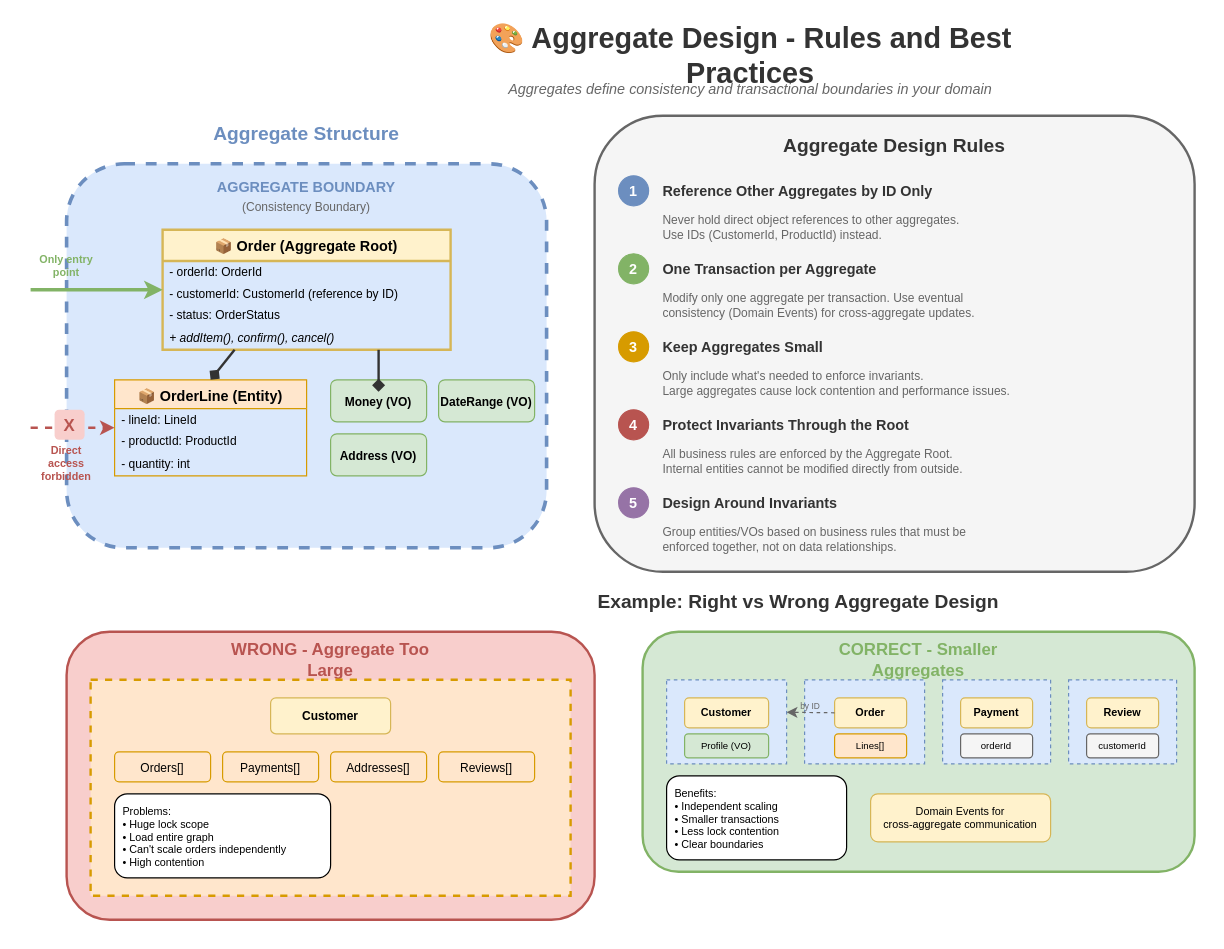
Above: lesson-01-software-design-architecture/01-design-patterns/1.5.3-ddd-aggregate-design.drawio in MrParkerZ7/document-lesson-software-architect-x-claude (draw.io), before the change. Source tidied: cells renumbered, new cells numbered last; positions are measured from the earlier drawing's top-left corner, leaving out a move shared by most shapes. Both pictures are drawn from the tidied source at 120%, with x=0, y=0 at pixel (30, 31).
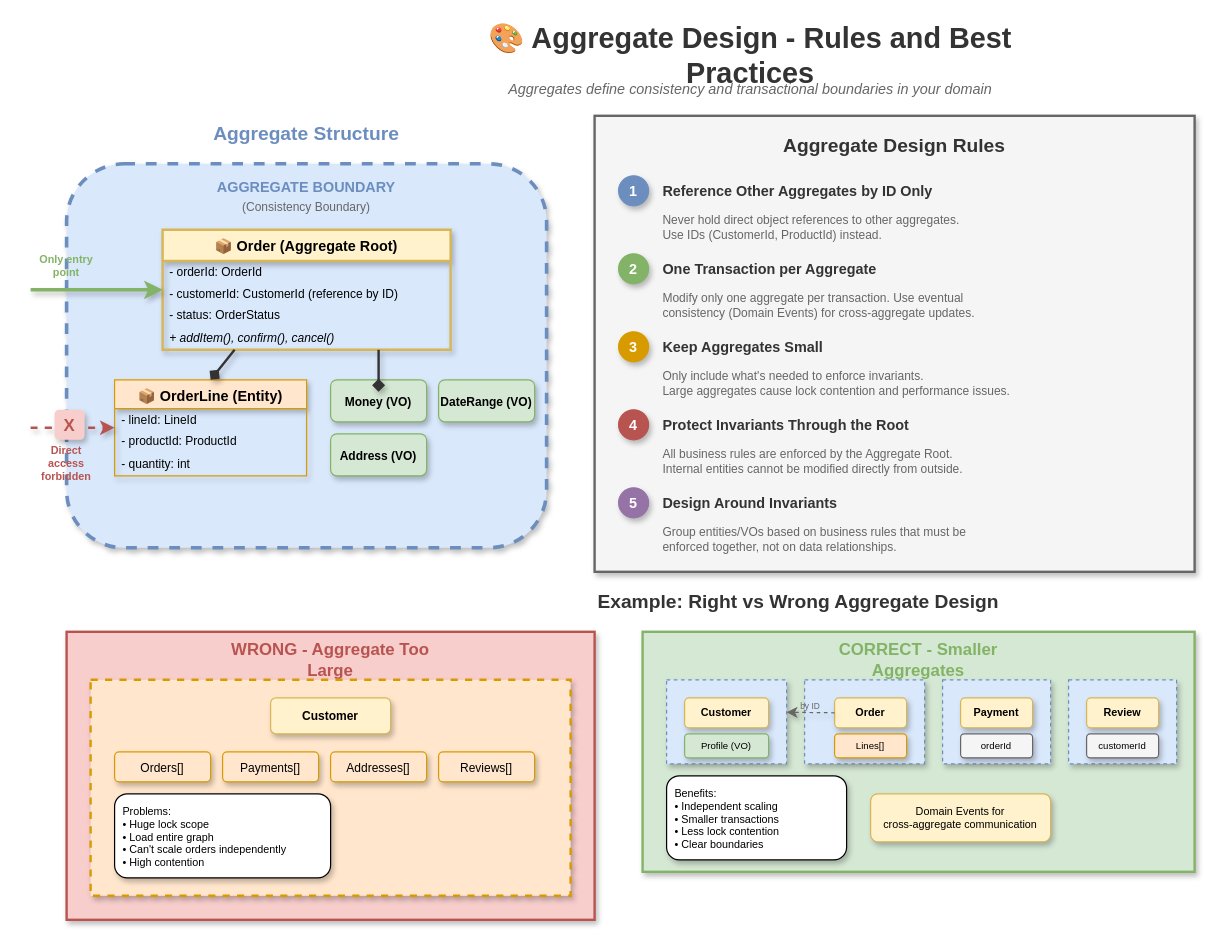
After the change.

Change to the diagram source:
```diff
@@
-    <mxCell id="5" style="rounded=1;whiteSpace=wrap;html=1;fillColor=#dae8fc;strokeColor=#6c8ebf;strokeWidth=3;dashed=1;" parent="1" vertex="1">
+    <mxCell id="5" style="rounded=1;whiteSpace=wrap;html=1;fillColor=#dae8fc;strokeColor=#6c8ebf;strokeWidth=3;dashed=1;shadow=1;" parent="1" vertex="1">
       <mxGeometry x="30" y="110" width="400" height="320" as="geometry" />
     </mxCell>
@@
-    <mxCell id="8" value="📦 Order (Aggregate Root)" style="swimlane;fontStyle=1;align=center;verticalAlign=top;horizontal=1;startSize=26;fillColor=#fff2cc;strokeColor=#d6b656;strokeWidth=2;" parent="1" vertex="1">
+    <mxCell id="8" value="📦 Order (Aggregate Root)" style="swimlane;fontStyle=1;align=center;verticalAlign=top;horizontal=1;startSize=26;fillColor=#fff2cc;strokeColor=#d6b656;strokeWidth=2;shadow=1;rounded=0;" parent="1" vertex="1">
       <mxGeometry x="110" y="165" width="240" height="100" as="geometry" />
     </mxCell>
@@
-    <mxCell id="13" value="📦 OrderLine (Entity)" style="swimlane;fontStyle=1;align=center;verticalAlign=top;horizontal=1;startSize=24;fillColor=#ffe6cc;strokeColor=#d79b00;" parent="1" vertex="1">
+    <mxCell id="13" value="📦 OrderLine (Entity)" style="swimlane;fontStyle=1;align=center;verticalAlign=top;horizontal=1;startSize=24;fillColor=#ffe6cc;strokeColor=#d79b00;shadow=1;rounded=0;" parent="1" vertex="1">
       <mxGeometry x="70" y="290" width="160" height="80" as="geometry" />
     </mxCell>
@@
-    <mxCell id="17" value="Money (VO)" style="rounded=1;whiteSpace=wrap;html=1;fillColor=#d5e8d4;strokeColor=#82b366;fontSize=10;fontStyle=1;" parent="1" vertex="1">
+    <mxCell id="17" value="Money (VO)" style="rounded=1;whiteSpace=wrap;html=1;fillColor=#d5e8d4;strokeColor=#82b366;fontSize=10;fontStyle=1;shadow=1;" parent="1" vertex="1">
       <mxGeometry x="250" y="290" width="80" height="35" as="geometry" />
     </mxCell>
-    <mxCell id="18" value="Address (VO)" style="rounded=1;whiteSpace=wrap;html=1;fillColor=#d5e8d4;strokeColor=#82b366;fontSize=10;fontStyle=1;" parent="1" vertex="1">
+    <mxCell id="18" value="Address (VO)" style="rounded=1;whiteSpace=wrap;html=1;fillColor=#d5e8d4;strokeColor=#82b366;fontSize=10;fontStyle=1;shadow=1;" parent="1" vertex="1">
       <mxGeometry x="250" y="335" width="80" height="35" as="geometry" />
     </mxCell>
-    <mxCell id="19" value="DateRange (VO)" style="rounded=1;whiteSpace=wrap;html=1;fillColor=#d5e8d4;strokeColor=#82b366;fontSize=10;fontStyle=1;" parent="1" vertex="1">
+    <mxCell id="19" value="DateRange (VO)" style="rounded=1;whiteSpace=wrap;html=1;fillColor=#d5e8d4;strokeColor=#82b366;fontSize=10;fontStyle=1;shadow=1;" parent="1" vertex="1">
       <mxGeometry x="340" y="290" width="80" height="35" as="geometry" />
     </mxCell>
-    <mxCell id="20" style="endArrow=diamond;endFill=1;html=1;strokeWidth=2;strokeColor=#333333;exitX=0.25;exitY=1;exitDx=0;exitDy=0;entryX=0.5;entryY=0;entryDx=0;entryDy=0;" parent="1" edge="1" source="8" target="13">
+    <mxCell id="20" style="endArrow=diamond;endFill=1;html=1;strokeWidth=2;strokeColor=#333333;exitX=0.25;exitY=1;exitDx=0;exitDy=0;entryX=0.5;entryY=0;entryDx=0;entryDy=0;shadow=1;curved=1;flowAnimation=1;jumpStyle=arc;" parent="1" edge="1" source="8" target="13">
       <mxGeometry relative="1" as="geometry" />
     </mxCell>
-    <mxCell id="21" style="endArrow=diamond;endFill=1;html=1;strokeWidth=2;strokeColor=#333333;exitX=0.75;exitY=1;exitDx=0;exitDy=0;" parent="1" edge="1" source="8">
+    <mxCell id="21" style="endArrow=diamond;endFill=1;html=1;strokeWidth=2;strokeColor=#333333;exitX=0.75;exitY=1;exitDx=0;exitDy=0;shadow=1;curved=1;flowAnimation=1;jumpStyle=arc;" parent="1" edge="1" source="8">
       <mxGeometry relative="1" as="geometry">
         <mxPoint x="290" y="300" as="targetPoint" />
       </mxGeometry>
     </mxCell>
-    <mxCell id="22" style="endArrow=classic;html=1;strokeWidth=3;strokeColor=#82b366;entryX=0;entryY=0.5;entryDx=0;entryDy=0;" parent="1" edge="1" target="8">
+    <mxCell id="22" style="endArrow=classic;html=1;strokeWidth=3;strokeColor=#82b366;entryX=0;entryY=0.5;entryDx=0;entryDy=0;shadow=1;curved=1;flowAnimation=1;jumpStyle=arc;" parent="1" edge="1" target="8">
       <mxGeometry relative="1" as="geometry">
         <mxPoint y="215" as="sourcePoint" />
       </mxGeometry>
     </mxCell>
@@
-    <mxCell id="24" style="endArrow=classic;html=1;strokeWidth=2;strokeColor=#b85450;dashed=1;entryX=0;entryY=0.5;entryDx=0;entryDy=0;" parent="1" edge="1" target="13">
+    <mxCell id="24" style="endArrow=classic;html=1;strokeWidth=2;strokeColor=#b85450;dashed=1;entryX=0;entryY=0.5;entryDx=0;entryDy=0;shadow=1;curved=1;flowAnimation=1;jumpStyle=arc;" parent="1" edge="1" target="13">
       <mxGeometry relative="1" as="geometry">
         <mxPoint y="330" as="sourcePoint" />
       </mxGeometry>
     </mxCell>
-    <mxCell id="25" value="X" style="text;html=1;strokeColor=none;fillColor=#f8cecc;align=center;verticalAlign=middle;whiteSpace=wrap;rounded=1;fontSize=14;fontStyle=1;fontColor=#b85450;" parent="1" vertex="1">
+    <mxCell id="25" value="X" style="text;html=1;strokeColor=none;fillColor=#f8cecc;align=center;verticalAlign=middle;whiteSpace=wrap;rounded=1;fontSize=14;fontStyle=1;fontColor=#b85450;shadow=1;" parent="1" vertex="1">
       <mxGeometry x="20" y="315" width="25" height="25" as="geometry" />
     </mxCell>
@@
-    <mxCell id="27" style="rounded=1;whiteSpace=wrap;html=1;fillColor=#f5f5f5;strokeColor=#666666;strokeWidth=2;" parent="1" vertex="1">
+    <mxCell id="27" style="rounded=0;whiteSpace=wrap;html=1;fillColor=#f5f5f5;strokeColor=#666666;strokeWidth=2;shadow=1;" parent="1" vertex="1">
       <mxGeometry x="470" y="70" width="500" height="380" as="geometry" />
     </mxCell>
@@
-    <mxCell id="29" value="1" style="ellipse;whiteSpace=wrap;html=1;fillColor=#6c8ebf;strokeColor=#6c8ebf;fontColor=#ffffff;fontStyle=1;fontSize=12;" parent="1" vertex="1">
+    <mxCell id="29" value="1" style="ellipse;whiteSpace=wrap;html=1;fillColor=#6c8ebf;strokeColor=#6c8ebf;fontColor=#ffffff;fontStyle=1;fontSize=12;shadow=1;" parent="1" vertex="1">
       <mxGeometry x="490" y="120" width="25" height="25" as="geometry" />
     </mxCell>
@@
-    <mxCell id="32" value="2" style="ellipse;whiteSpace=wrap;html=1;fillColor=#82b366;strokeColor=#82b366;fontColor=#ffffff;fontStyle=1;fontSize=12;" parent="1" vertex="1">
+    <mxCell id="32" value="2" style="ellipse;whiteSpace=wrap;html=1;fillColor=#82b366;strokeColor=#82b366;fontColor=#ffffff;fontStyle=1;fontSize=12;shadow=1;" parent="1" vertex="1">
       <mxGeometry x="490" y="185" width="25" height="25" as="geometry" />
     </mxCell>
@@
-    <mxCell id="35" value="3" style="ellipse;whiteSpace=wrap;html=1;fillColor=#d79b00;strokeColor=#d79b00;fontColor=#ffffff;fontStyle=1;fontSize=12;" parent="1" vertex="1">
+    <mxCell id="35" value="3" style="ellipse;whiteSpace=wrap;html=1;fillColor=#d79b00;strokeColor=#d79b00;fontColor=#ffffff;fontStyle=1;fontSize=12;shadow=1;" parent="1" vertex="1">
       <mxGeometry x="490" y="250" width="25" height="25" as="geometry" />
     </mxCell>
@@
-    <mxCell id="38" value="4" style="ellipse;whiteSpace=wrap;html=1;fillColor=#b85450;strokeColor=#b85450;fontColor=#ffffff;fontStyle=1;fontSize=12;" parent="1" vertex="1">
+    <mxCell id="38" value="4" style="ellipse;whiteSpace=wrap;html=1;fillColor=#b85450;strokeColor=#b85450;fontColor=#ffffff;fontStyle=1;fontSize=12;shadow=1;" parent="1" vertex="1">
       <mxGeometry x="490" y="315" width="25" height="25" as="geometry" />
     </mxCell>
@@
-    <mxCell id="41" value="5" style="ellipse;whiteSpace=wrap;html=1;fillColor=#9673a6;strokeColor=#9673a6;fontColor=#ffffff;fontStyle=1;fontSize=12;" parent="1" vertex="1">
+    <mxCell id="41" value="5" style="ellipse;whiteSpace=wrap;html=1;fillColor=#9673a6;strokeColor=#9673a6;fontColor=#ffffff;fontStyle=1;fontSize=12;shadow=1;" parent="1" vertex="1">
       <mxGeometry x="490" y="380" width="25" height="25" as="geometry" />
     </mxCell>
@@
-    <mxCell id="45" style="rounded=1;whiteSpace=wrap;html=1;fillColor=#f8cecc;strokeColor=#b85450;strokeWidth=2;" parent="1" vertex="1">
+    <mxCell id="45" style="rounded=0;whiteSpace=wrap;html=1;fillColor=#f8cecc;strokeColor=#b85450;strokeWidth=2;shadow=1;" parent="1" vertex="1">
       <mxGeometry x="30" y="500" width="440" height="240" as="geometry" />
     </mxCell>
@@
-    <mxCell id="47" style="rounded=0;whiteSpace=wrap;html=1;fillColor=#ffe6cc;strokeColor=#d79b00;strokeWidth=2;dashed=1;" parent="1" vertex="1">
+    <mxCell id="47" style="rounded=0;whiteSpace=wrap;html=1;fillColor=#ffe6cc;strokeColor=#d79b00;strokeWidth=2;dashed=1;shadow=1;" parent="1" vertex="1">
       <mxGeometry x="50" y="540" width="400" height="180" as="geometry" />
     </mxCell>
-    <mxCell id="48" value="Customer" style="rounded=1;whiteSpace=wrap;html=1;fillColor=#fff2cc;strokeColor=#d6b656;fontSize=10;fontStyle=1;" parent="1" vertex="1">
+    <mxCell id="48" value="Customer" style="rounded=1;whiteSpace=wrap;html=1;fillColor=#fff2cc;strokeColor=#d6b656;fontSize=10;fontStyle=1;shadow=1;" parent="1" vertex="1">
       <mxGeometry x="200" y="555" width="100" height="30" as="geometry" />
     </mxCell>
-    <mxCell id="49" value="Orders[]" style="rounded=1;whiteSpace=wrap;html=1;fillColor=#ffe6cc;strokeColor=#d79b00;fontSize=10;" parent="1" vertex="1">
+    <mxCell id="49" value="Orders[]" style="rounded=1;whiteSpace=wrap;html=1;fillColor=#ffe6cc;strokeColor=#d79b00;fontSize=10;shadow=1;" parent="1" vertex="1">
       <mxGeometry x="70" y="600" width="80" height="25" as="geometry" />
     </mxCell>
-    <mxCell id="50" value="Payments[]" style="rounded=1;whiteSpace=wrap;html=1;fillColor=#ffe6cc;strokeColor=#d79b00;fontSize=10;" parent="1" vertex="1">
+    <mxCell id="50" value="Payments[]" style="rounded=1;whiteSpace=wrap;html=1;fillColor=#ffe6cc;strokeColor=#d79b00;fontSize=10;shadow=1;" parent="1" vertex="1">
       <mxGeometry x="160" y="600" width="80" height="25" as="geometry" />
     </mxCell>
-    <mxCell id="51" value="Addresses[]" style="rounded=1;whiteSpace=wrap;html=1;fillColor=#ffe6cc;strokeColor=#d79b00;fontSize=10;" parent="1" vertex="1">
+    <mxCell id="51" value="Addresses[]" style="rounded=1;whiteSpace=wrap;html=1;fillColor=#ffe6cc;strokeColor=#d79b00;fontSize=10;shadow=1;" parent="1" vertex="1">
       <mxGeometry x="250" y="600" width="80" height="25" as="geometry" />
     </mxCell>
-    <mxCell id="52" value="Reviews[]" style="rounded=1;whiteSpace=wrap;html=1;fillColor=#ffe6cc;strokeColor=#d79b00;fontSize=10;" parent="1" vertex="1">
+    <mxCell id="52" value="Reviews[]" style="rounded=1;whiteSpace=wrap;html=1;fillColor=#ffe6cc;strokeColor=#d79b00;fontSize=10;shadow=1;" parent="1" vertex="1">
       <mxGeometry x="340" y="600" width="80" height="25" as="geometry" />
     </mxCell>
-    <mxCell id="53" value="Problems:&#10;• Huge lock scope&#10;• Load entire graph&#10;• Can't scale orders independently&#10;• High contention" style="text;html=1;strokeColor=default;fillColor=#ffffff;align=left;verticalAlign=top;whiteSpace=wrap;rounded=1;fontSize=9;spacingLeft=5;spacingTop=3;" parent="1" vertex="1">
+    <mxCell id="53" value="Problems:&#10;• Huge lock scope&#10;• Load entire graph&#10;• Can't scale orders independently&#10;• High contention" style="text;html=1;strokeColor=default;fillColor=#ffffff;align=left;verticalAlign=top;whiteSpace=wrap;rounded=1;fontSize=9;spacingLeft=5;spacingTop=3;shadow=1;" parent="1" vertex="1">
       <mxGeometry x="70" y="635" width="180" height="70" as="geometry" />
     </mxCell>
-    <mxCell id="54" style="rounded=1;whiteSpace=wrap;html=1;fillColor=#d5e8d4;strokeColor=#82b366;strokeWidth=2;" parent="1" vertex="1">
+    <mxCell id="54" style="rounded=0;whiteSpace=wrap;html=1;fillColor=#d5e8d4;strokeColor=#82b366;strokeWidth=2;shadow=1;" parent="1" vertex="1">
       <mxGeometry x="510" y="500" width="460" height="200" as="geometry" />
     </mxCell>
@@
-    <mxCell id="56" style="rounded=0;whiteSpace=wrap;html=1;fillColor=#dae8fc;strokeColor=#6c8ebf;strokeWidth=1;dashed=1;" parent="1" vertex="1">
+    <mxCell id="56" style="rounded=0;whiteSpace=wrap;html=1;fillColor=#dae8fc;strokeColor=#6c8ebf;strokeWidth=1;dashed=1;shadow=1;" parent="1" vertex="1">
       <mxGeometry x="530" y="540" width="100" height="70" as="geometry" />
     </mxCell>
-    <mxCell id="57" value="Customer" style="rounded=1;whiteSpace=wrap;html=1;fillColor=#fff2cc;strokeColor=#d6b656;fontSize=9;fontStyle=1;" parent="1" vertex="1">
+    <mxCell id="57" value="Customer" style="rounded=1;whiteSpace=wrap;html=1;fillColor=#fff2cc;strokeColor=#d6b656;fontSize=9;fontStyle=1;shadow=1;" parent="1" vertex="1">
       <mxGeometry x="545" y="555" width="70" height="25" as="geometry" />
     </mxCell>
-    <mxCell id="58" value="Profile (VO)" style="rounded=1;whiteSpace=wrap;html=1;fillColor=#d5e8d4;strokeColor=#82b366;fontSize=8;" parent="1" vertex="1">
+    <mxCell id="58" value="Profile (VO)" style="rounded=1;whiteSpace=wrap;html=1;fillColor=#d5e8d4;strokeColor=#82b366;fontSize=8;shadow=1;" parent="1" vertex="1">
       <mxGeometry x="545" y="585" width="70" height="20" as="geometry" />
     </mxCell>
-    <mxCell id="59" style="rounded=0;whiteSpace=wrap;html=1;fillColor=#dae8fc;strokeColor=#6c8ebf;strokeWidth=1;dashed=1;" parent="1" vertex="1">
+    <mxCell id="59" style="rounded=0;whiteSpace=wrap;html=1;fillColor=#dae8fc;strokeColor=#6c8ebf;strokeWidth=1;dashed=1;shadow=1;" parent="1" vertex="1">
       <mxGeometry x="645" y="540" width="100" height="70" as="geometry" />
     </mxCell>
-    <mxCell id="60" value="Order" style="rounded=1;whiteSpace=wrap;html=1;fillColor=#fff2cc;strokeColor=#d6b656;fontSize=9;fontStyle=1;" parent="1" vertex="1">
+    <mxCell id="60" value="Order" style="rounded=1;whiteSpace=wrap;html=1;fillColor=#fff2cc;strokeColor=#d6b656;fontSize=9;fontStyle=1;shadow=1;" parent="1" vertex="1">
       <mxGeometry x="670" y="555" width="60" height="25" as="geometry" />
     </mxCell>
-    <mxCell id="61" value="Lines[]" style="rounded=1;whiteSpace=wrap;html=1;fillColor=#ffe6cc;strokeColor=#d79b00;fontSize=8;" parent="1" vertex="1">
+    <mxCell id="61" value="Lines[]" style="rounded=1;whiteSpace=wrap;html=1;fillColor=#ffe6cc;strokeColor=#d79b00;fontSize=8;shadow=1;" parent="1" vertex="1">
       <mxGeometry x="670" y="585" width="60" height="20" as="geometry" />
     </mxCell>
-    <mxCell id="62" style="rounded=0;whiteSpace=wrap;html=1;fillColor=#dae8fc;strokeColor=#6c8ebf;strokeWidth=1;dashed=1;" parent="1" vertex="1">
+    <mxCell id="62" style="rounded=0;whiteSpace=wrap;html=1;fillColor=#dae8fc;strokeColor=#6c8ebf;strokeWidth=1;dashed=1;shadow=1;" parent="1" vertex="1">
       <mxGeometry x="760" y="540" width="90" height="70" as="geometry" />
     </mxCell>
-    <mxCell id="63" value="Payment" style="rounded=1;whiteSpace=wrap;html=1;fillColor=#fff2cc;strokeColor=#d6b656;fontSize=9;fontStyle=1;" parent="1" vertex="1">
+    <mxCell id="63" value="Payment" style="rounded=1;whiteSpace=wrap;html=1;fillColor=#fff2cc;strokeColor=#d6b656;fontSize=9;fontStyle=1;shadow=1;" parent="1" vertex="1">
       <mxGeometry x="775" y="555" width="60" height="25" as="geometry" />
     </mxCell>
-    <mxCell id="64" value="orderId" style="rounded=1;whiteSpace=wrap;html=1;fillColor=#f5f5f5;strokeColor=#666666;fontSize=8;" parent="1" vertex="1">
+    <mxCell id="64" value="orderId" style="rounded=1;whiteSpace=wrap;html=1;fillColor=#f5f5f5;strokeColor=#666666;fontSize=8;shadow=1;" parent="1" vertex="1">
       <mxGeometry x="775" y="585" width="60" height="20" as="geometry" />
     </mxCell>
-    <mxCell id="65" style="rounded=0;whiteSpace=wrap;html=1;fillColor=#dae8fc;strokeColor=#6c8ebf;strokeWidth=1;dashed=1;" parent="1" vertex="1">
+    <mxCell id="65" style="rounded=0;whiteSpace=wrap;html=1;fillColor=#dae8fc;strokeColor=#6c8ebf;strokeWidth=1;dashed=1;shadow=1;" parent="1" vertex="1">
       <mxGeometry x="865" y="540" width="90" height="70" as="geometry" />
     </mxCell>
-    <mxCell id="66" value="Review" style="rounded=1;whiteSpace=wrap;html=1;fillColor=#fff2cc;strokeColor=#d6b656;fontSize=9;fontStyle=1;" parent="1" vertex="1">
+    <mxCell id="66" value="Review" style="rounded=1;whiteSpace=wrap;html=1;fillColor=#fff2cc;strokeColor=#d6b656;fontSize=9;fontStyle=1;shadow=1;" parent="1" vertex="1">
       <mxGeometry x="880" y="555" width="60" height="25" as="geometry" />
     </mxCell>
-    <mxCell id="67" value="customerId" style="rounded=1;whiteSpace=wrap;html=1;fillColor=#f5f5f5;strokeColor=#666666;fontSize=8;" parent="1" vertex="1">
+    <mxCell id="67" value="customerId" style="rounded=1;whiteSpace=wrap;html=1;fillColor=#f5f5f5;strokeColor=#666666;fontSize=8;shadow=1;" parent="1" vertex="1">
       <mxGeometry x="880" y="585" width="60" height="20" as="geometry" />
     </mxCell>
-    <mxCell id="68" style="endArrow=classic;html=1;strokeWidth=1;strokeColor=#666666;dashed=1;exitX=0;exitY=0.5;exitDx=0;exitDy=0;" parent="1" edge="1" source="60">
+    <mxCell id="68" style="endArrow=classic;html=1;strokeWidth=1;strokeColor=#666666;dashed=1;exitX=0;exitY=0.5;exitDx=0;exitDy=0;shadow=1;curved=1;flowAnimation=1;jumpStyle=arc;" parent="1" edge="1" source="60">
       <mxGeometry relative="1" as="geometry">
         <mxPoint x="630" y="567" as="targetPoint" />
       </mxGeometry>
     </mxCell>
@@
-    <mxCell id="70" value="Benefits:&#10;• Independent scaling&#10;• Smaller transactions&#10;• Less lock contention&#10;• Clear boundaries" style="text;html=1;strokeColor=default;fillColor=#ffffff;align=left;verticalAlign=top;whiteSpace=wrap;rounded=1;fontSize=9;spacingLeft=5;spacingTop=3;" parent="1" vertex="1">
+    <mxCell id="70" value="Benefits:&#10;• Independent scaling&#10;• Smaller transactions&#10;• Less lock contention&#10;• Clear boundaries" style="text;html=1;strokeColor=default;fillColor=#ffffff;align=left;verticalAlign=top;whiteSpace=wrap;rounded=1;fontSize=9;spacingLeft=5;spacingTop=3;shadow=1;" parent="1" vertex="1">
       <mxGeometry x="530" y="620" width="150" height="70" as="geometry" />
     </mxCell>
-    <mxCell id="71" value="Domain Events for&#10;cross-aggregate communication" style="text;html=1;strokeColor=none;fillColor=#fff2cc;align=center;verticalAlign=middle;whiteSpace=wrap;rounded=1;fontSize=9;strokeColor=#d6b656;" parent="1" vertex="1">
+    <mxCell id="71" value="Domain Events for&#10;cross-aggregate communication" style="text;html=1;strokeColor=none;fillColor=#fff2cc;align=center;verticalAlign=middle;whiteSpace=wrap;rounded=1;fontSize=9;strokeColor=#d6b656;shadow=1;" parent="1" vertex="1">
       <mxGeometry x="700" y="635" width="150" height="40" as="geometry" />
     </mxCell>
```
